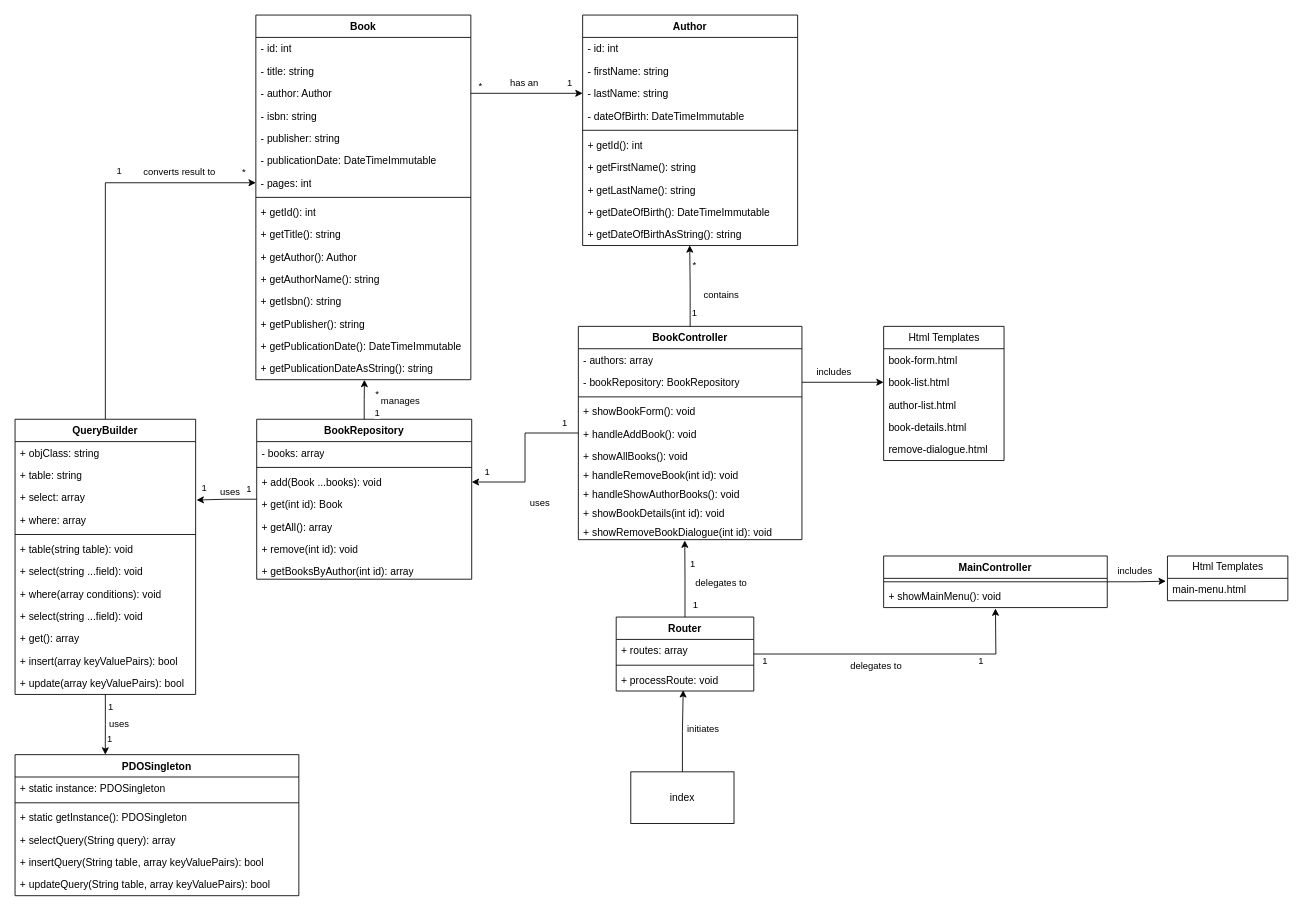
Earlier version of the draw.io diagram 07 - Databases/library2.drawio (gglerum/php-lessen). Source tidied: cells renumbered, new cells numbered last; positions are measured from the earlier drawing's top-left corner, leaving out a move shared by most shapes. Both pictures are drawn from the tidied source at 86%, with x=0, y=0 at pixel (15, 15).
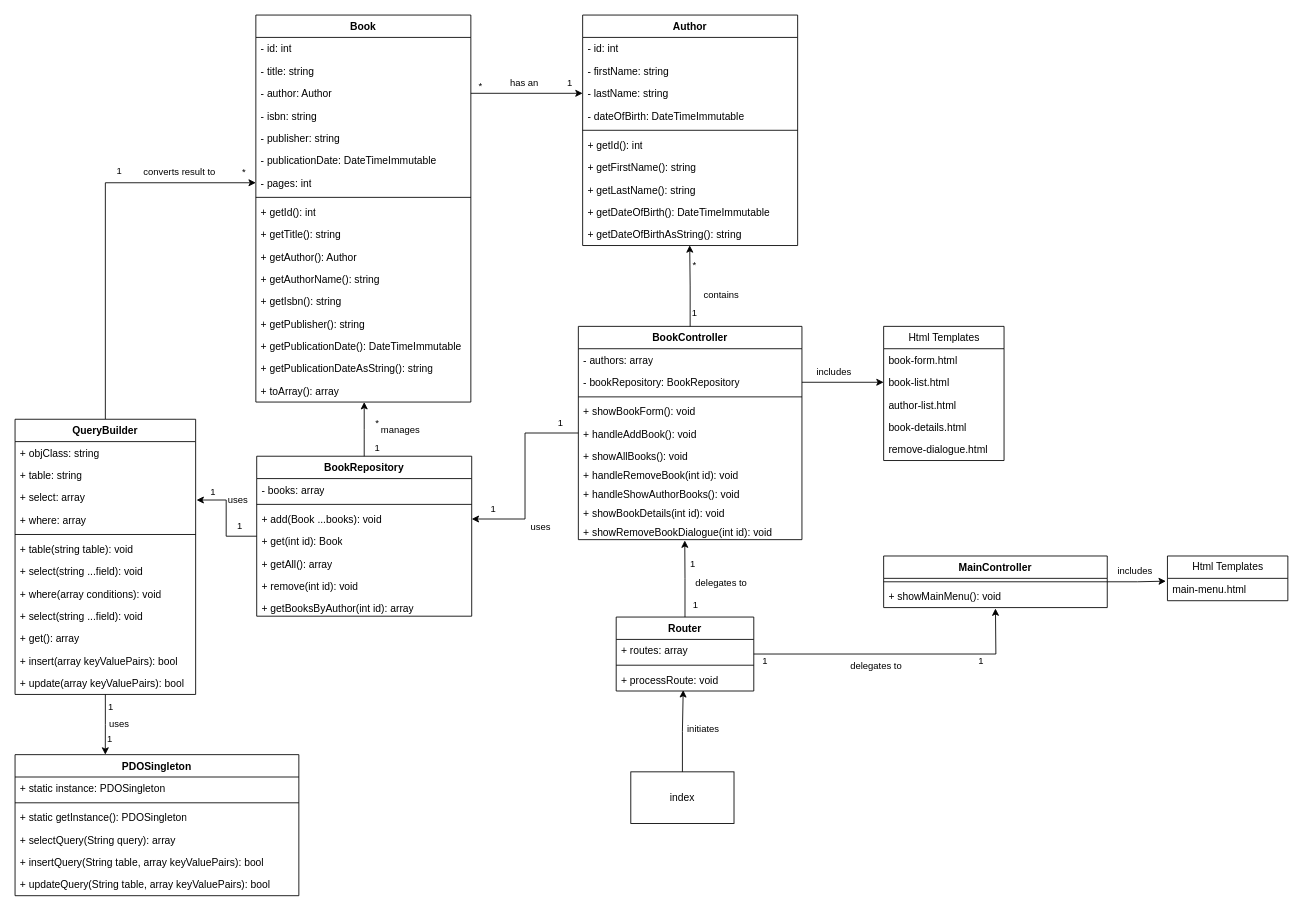
Above is the later version.

The change refers to these unchanged cells:
```xml
<mxCell id="18" value="+ getPublicationDateAsString(): string" style="text;strokeColor=none;fillColor=none;align=left;verticalAlign=top;spacingLeft=4;spacingRight=4;overflow=hidden;points=[[0,0.5],[1,0.5]];portConstraint=eastwest;whiteSpace=wrap;html=1;" parent="2" vertex="1">
  <mxGeometry y="398" width="250" height="26" as="geometry" />
</mxCell>
```

Change to the diagram source:
```diff
@@
     <mxCell id="2" value="Book" style="swimlane;fontStyle=1;align=center;verticalAlign=top;horizontal=1;startSize=26;whiteSpace=wrap;html=1;" parent="1" vertex="1">
-      <mxGeometry x="280" width="250" height="424" as="geometry" />
+      <mxGeometry x="280" width="250" height="450" as="geometry" />
     </mxCell>
@@
+    <mxCell id="127" value="+ toArray(): array" style="text;strokeColor=none;fillColor=none;align=left;verticalAlign=top;spacingLeft=4;spacingRight=4;overflow=hidden;whiteSpace=wrap;html=1;" parent="2" vertex="1">
+      <mxGeometry y="424" width="250" height="26" as="geometry" />
+    </mxCell>
@@
     <mxCell id="45" value="BookRepository" style="swimlane;fontStyle=1;align=center;verticalAlign=top;horizontal=1;startSize=26;whiteSpace=wrap;html=1;" parent="1" vertex="1">
-      <mxGeometry x="281" y="470" width="250" height="186" as="geometry" />
+      <mxGeometry x="281" y="513" width="250" height="186" as="geometry" />
     </mxCell>
@@
-    <mxCell id="57" style="edgeStyle=orthogonalEdgeStyle;rounded=0;jettySize=auto;html=1;entryX=0.505;entryY=1.005;entryDx=0;entryDy=0;entryPerimeter=0;" parent="1" edge="1" source="45" target="18">
-      <mxGeometry relative="1" as="geometry" />
+    <mxCell id="57" style="edgeStyle=orthogonalEdgeStyle;rounded=0;jettySize=auto;html=1;" parent="1" edge="1" source="45">
+      <mxGeometry relative="1" as="geometry">
+        <mxPoint x="406" y="450" as="targetPoint" />
+      </mxGeometry>
     </mxCell>
```
